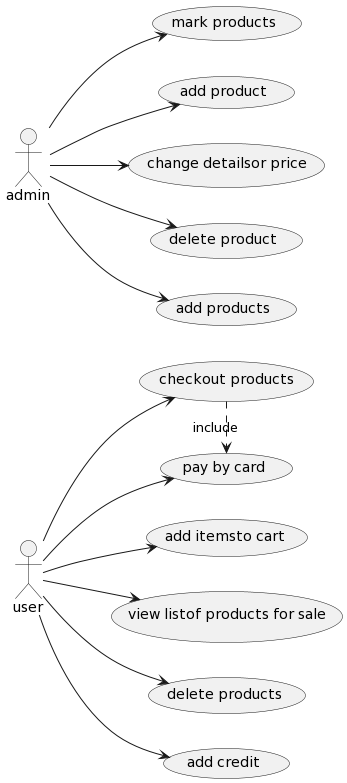
This is other/usecasediagram1111.png from T-King-00/UML, a PlantUML export, as it was before one commit. Source of this version:
```plantuml
@startuml
left to right direction
 usecase "mark products"
 :admin: --> (mark products)
 usecase "add product"
 :admin: --> (add product)
 usecase "change detailsor price"
 :admin: --> (change detailsor price)
 usecase "delete product"
 :admin: --> (delete product)
 usecase "add products"
 :admin: --> (add products)
 usecase "checkout products"
 :user: --> (checkout products)
 (checkout products) .> (pay by card) : include
 usecase "pay by card"
 :user: --> (pay by card)
 usecase "add itemsto cart"
 :user: --> (add itemsto cart)
 usecase "view listof products for sale"
 :user: --> (view listof products for sale)
 usecase "delete products"
 :user: --> (delete products)
 usecase "add credit"
 :user: --> (add credit)
@enduml
```
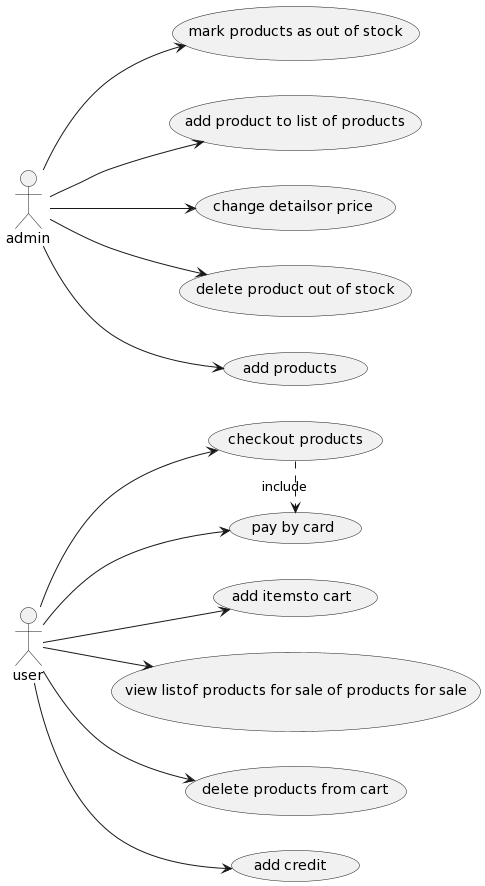
Later version of the same file.

Commit message:
added include in plant uml and userstory function prepphrase

The edit, as a diff of the source:
```diff
@@ -1,26 +1,26 @@
 @startuml
 left to right direction
- usecase "mark products"
- :admin: --> (mark products)
- usecase "add product"
- :admin: --> (add product)
- usecase "change detailsor price"
- :admin: --> (change detailsor price)
- usecase "delete product"
- :admin: --> (delete product)
- usecase "add products"
- :admin: --> (add products)
+ usecase "pay by card"
+ :user: --> (pay by card)
  usecase "checkout products"
  :user: --> (checkout products)
  (checkout products) .> (pay by card) : include
- usecase "pay by card"
- :user: --> (pay by card)
- usecase "add itemsto cart"
- :user: --> (add itemsto cart)
- usecase "view listof products for sale"
- :user: --> (view listof products for sale)
- usecase "delete products"
- :user: --> (delete products)
- usecase "add credit"
- :user: --> (add credit)
+ usecase "add itemsto cart "
+ :user: --> (add itemsto cart )
+ usecase "view listof products for sale of products for sale"
+ :user: --> (view listof products for sale of products for sale)
+ usecase "delete products from cart"
+ :user: --> (delete products from cart)
+ usecase "add credit "
+ :user: --> (add credit )
+ usecase "mark products as out of stock"
+ :admin: --> (mark products as out of stock)
+ usecase "add product to list of products"
+ :admin: --> (add product to list of products)
+ usecase "change detailsor price "
+ :admin: --> (change detailsor price )
+ usecase "delete product out of stock"
+ :admin: --> (delete product out of stock)
+ usecase "add products "
+ :admin: --> (add products )
 @enduml
```
